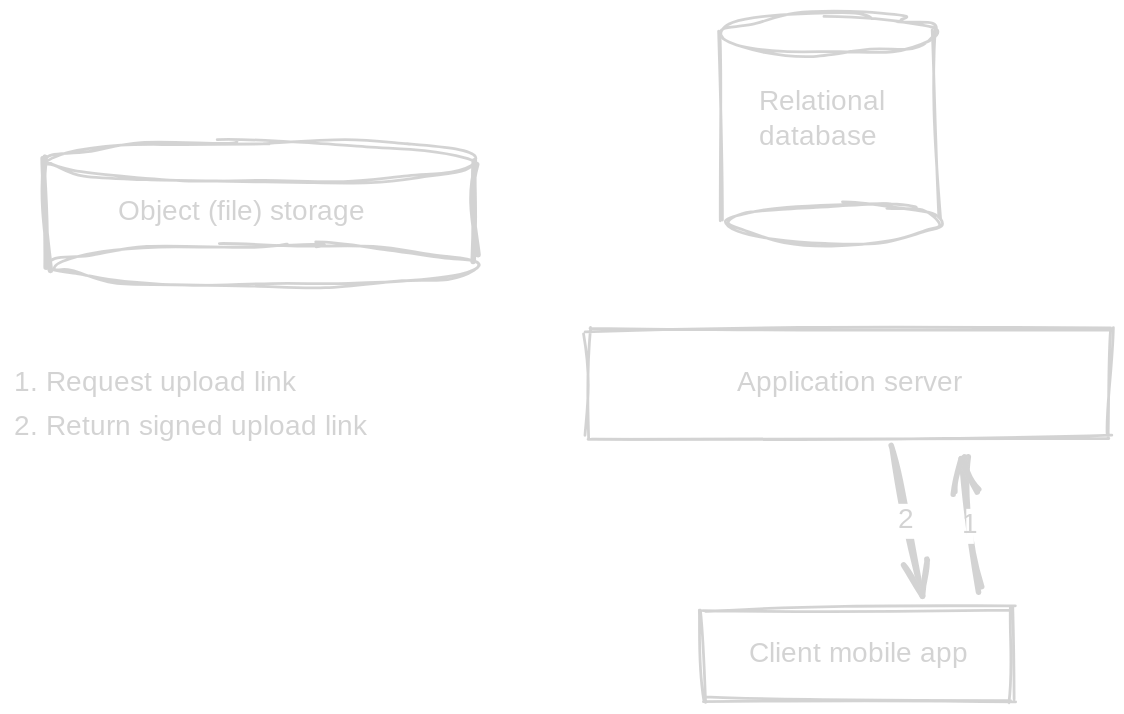
The Excalidraw diagram images/gym-app-upload-2-revised.svg in filipegeric/scaling-the-client, before a commit. Source tidied: one line per element, renumbered; positions are measured from the earlier drawing's top-left corner, leaving out a move shared by most shapes.
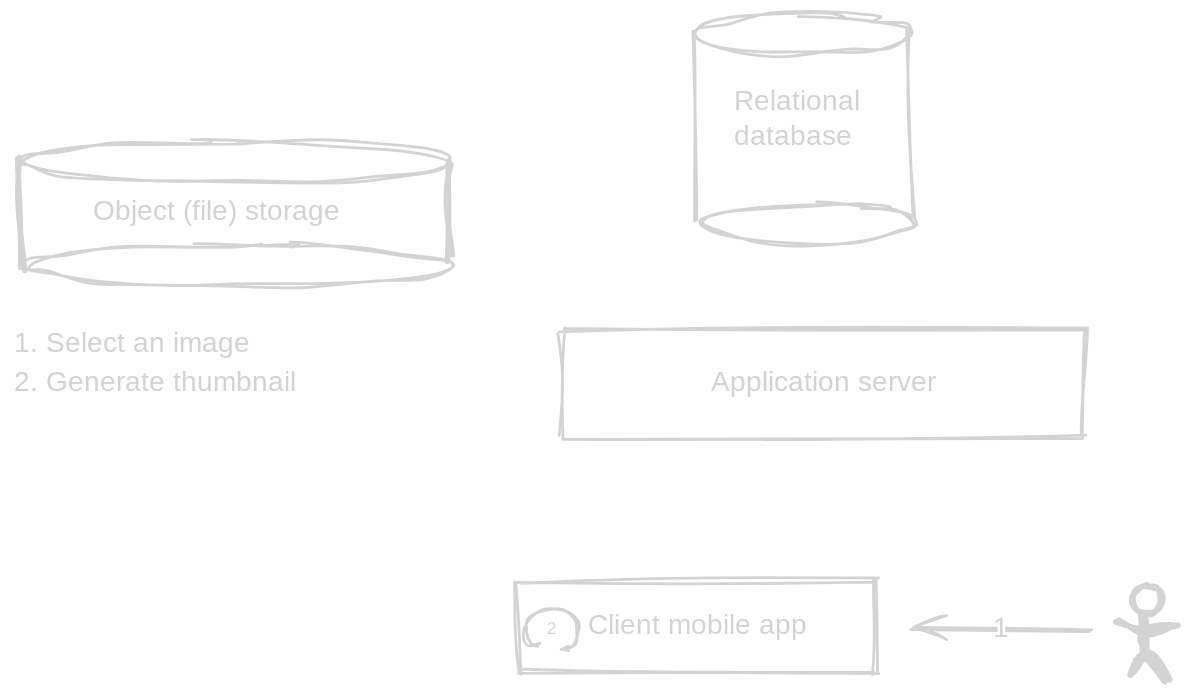
Later version of the same file.

Change to the diagram source:
```diff
@@ -1,5 +1,5 @@
-{"id": 0, "type": "rectangle", "strokeColor": "#1e1e1e", "strokeWidth": 2, "roughness": 2, "x": 492, "y": 425, "width": 222, "height": 65}
+{"id": 0, "type": "rectangle", "strokeColor": "#1e1e1e", "strokeWidth": 2, "roughness": 2, "x": 378, "y": 405, "width": 256, "height": 65}
-{"id": 1, "type": "text", "text": "Client mobile app", "strokeColor": "#1e1e1e", "backgroundColor": "#ffffff", "fillStyle": "solid", "strokeWidth": 2, "roughness": 2, "fontSize": 20, "fontFamily": 1, "textAlign": "center", "verticalAlign": "middle", "inside": 0, "x": 522, "y": 445, "width": 162, "height": 25}
+{"id": 1, "type": "text", "text": "Client mobile app", "strokeColor": "#1e1e1e", "backgroundColor": "#ffffff", "fillStyle": "solid", "strokeWidth": 2, "roughness": 2, "fontSize": 20, "fontFamily": 1, "textAlign": "center", "verticalAlign": "middle", "inside": 0, "x": 426, "y": 425, "width": 162, "height": 25}
 {"id": 2, "type": "rectangle", "strokeColor": "#1e1e1e", "strokeWidth": 2, "roughness": 2, "x": 410, "y": 225, "width": 372, "height": 78}
 {"id": 3, "type": "text", "text": "Application server", "strokeColor": "#1e1e1e", "backgroundColor": "#ffffff", "fillStyle": "solid", "strokeWidth": 2, "roughness": 2, "fontSize": 20, "fontFamily": 1, "textAlign": "center", "verticalAlign": "middle", "inside": 2, "x": 510, "y": 251, "width": 172, "height": 25}
 {"id": 4, "type": "ellipse", "strokeColor": "#1e1e1e", "strokeWidth": 2, "roughness": 2, "x": 509, "y": 135, "width": 153, "height": 28}
@@ -12,9 +12,29 @@
 {"id": 11, "type": "text", "text": "Object (file) storage", "strokeColor": "#1e1e1e", "strokeWidth": 4, "roughness": 2, "fontSize": 20, "fontFamily": 1, "x": 75, "y": 129, "width": 205, "height": 25}
 {"id": 12, "type": "line", "strokeColor": "#1e1e1e", "strokeWidth": 4, "roughness": 2, "x": 22, "y": 103, "width": 2, "height": 77, "points": [[0, 0], [2, 77]]}
 {"id": 13, "type": "line", "strokeColor": "#1e1e1e", "strokeWidth": 4, "roughness": 2, "x": 327, "y": 105, "width": 3, "height": 69, "points": [[0, 0], [3, 69]]}
-{"id": 14, "type": "arrow", "strokeColor": "#1e1e1e", "strokeWidth": 4, "roughness": 2, "endArrowhead": "arrow", "from": 0, "to": 2, "x": 688, "y": 412, "width": 10, "height": 92, "points": [[0, 0], [-10, -92]]}
+{"id": 20, "type": "ellipse", "strokeColor": "#1e1e1e", "strokeWidth": 4, "roughness": 2, "round": true, "x": 818, "y": 408, "width": 20, "height": 20}
+{"id": 21, "type": "line", "strokeColor": "#1e1e1e", "strokeWidth": 4, "roughness": 2, "round": true, "x": 827, "y": 428, "width": 46, "height": 47, "points": [[0, 0], [1, 29], [-13, 45], [1, 30], [17, 47], [-1, 28], [-1, 12], [23, 7], [-1, 12], [-22, 6]]}
+{"id": 22, "type": "arrow", "strokeColor": "#1e1e1e", "strokeWidth": 2, "roughness": 1, "endArrowhead": "arrow", "round": true, "x": 787, "y": 441, "width": 127, "height": 2, "points": [[0, 0], [-127, -2]]}
-{"id": 15, "type": "text", "text": "1", "strokeColor": "#1e1e1e", "strokeWidth": 4, "roughness": 2, "fontSize": 20, "fontFamily": 1, "textAlign": "center", "verticalAlign": "middle", "inside": 14, "x": 680, "y": 353, "width": 5, "height": 25}
+{"id": 15, "type": "text", "text": "1", "strokeColor": "#1e1e1e", "strokeWidth": 2, "roughness": 1, "fontSize": 20, "fontFamily": 1, "textAlign": "center", "verticalAlign": "middle", "inside": 22, "x": 721, "y": 428, "width": 5, "height": 25}
-{"id": 16, "type": "text", "text": "1. Request upload link", "strokeColor": "#1e1e1e", "strokeWidth": 4, "roughness": 2, "fontSize": 20, "fontFamily": 1, "x": 0, "y": 251, "width": 212, "height": 25}
-{"id": 17, "type": "arrow", "strokeColor": "#1e1e1e", "strokeWidth": 4, "roughness": 2, "endArrowhead": "arrow", "from": 2, "to": 0, "x": 626, "y": 310, "width": 23, "height": 104, "points": [[0, 0], [23, 104]]}
+{"id": 23, "type": "arrow", "strokeColor": "#1e1e1e", "strokeWidth": 2, "roughness": 1, "endArrowhead": "arrow", "round": true, "x": 394, "y": 451, "width": 39, "height": 28, "points": [[0, 0], [-8, -1], [-11, -8], [-8, -18], [3, -26], [17, -25], [27, -17], [28, -8], [24, 0], [15, 2]]}
-{"id": 18, "type": "text", "text": "2", "strokeColor": "#1e1e1e", "strokeWidth": 4, "roughness": 2, "fontSize": 20, "fontFamily": 1, "textAlign": "center", "verticalAlign": "middle", "inside": 17, "x": 630, "y": 350, "width": 14, "height": 25}
+{"id": 18, "type": "text", "text": "2", "strokeColor": "#1e1e1e", "strokeWidth": 2, "roughness": 1, "fontSize": 12.3, "fontFamily": 1, "x": 399, "y": 432, "width": 9, "height": 15}
-{"id": 19, "type": "text", "text": "2. Return signed upload link", "strokeColor": "#1e1e1e", "strokeWidth": 4, "roughness": 2, "fontSize": 20, "fontFamily": 1, "x": 0, "y": 283, "width": 273, "height": 25}
+{"id": 24, "type": "text", "text": "1. Select an image", "strokeColor": "#1e1e1e", "strokeWidth": 2, "roughness": 1, "fontSize": 20, "fontFamily": 1, "x": 18, "y": 224, "width": 176, "height": 25}
+{"id": 25, "type": "text", "text": "2. Generate thumbnail", "strokeColor": "#1e1e1e", "strokeWidth": 2, "roughness": 1, "fontSize": 20, "fontFamily": 1, "x": 18, "y": 251, "width": 219, "height": 25}
+{"id": 26, "type": "arrow", "strokeColor": "#1e1e1e", "strokeWidth": 2, "roughness": 1, "opacity": 0, "endArrowhead": "arrow", "round": true, "from": 0, "to": 2, "x": 621, "y": 395, "width": 58, "height": 80, "points": [[0, 0], [58, -80]]}
+{"id": 27, "type": "text", "text": "3", "strokeColor": "#1e1e1e", "strokeWidth": 2, "roughness": 1, "opacity": 0, "fontSize": 20, "fontFamily": 1, "textAlign": "center", "verticalAlign": "middle", "inside": 26, "x": 643, "y": 342, "width": 14, "height": 25}
+{"id": 28, "type": "arrow", "strokeColor": "#1e1e1e", "strokeWidth": 2, "roughness": 1, "opacity": 0, "endArrowhead": "arrow", "round": true, "from": 2, "to": 0, "x": 640, "y": 315, "width": 68, "height": 78, "points": [[0, 0], [-68, 78]]}
+{"id": 29, "type": "text", "text": "4", "strokeColor": "#1e1e1e", "strokeWidth": 2, "roughness": 1, "opacity": 0, "fontSize": 20, "fontFamily": 1, "textAlign": "center", "verticalAlign": "middle", "inside": 28, "x": 599, "y": 341, "width": 13, "height": 25}
+{"id": 30, "type": "arrow", "strokeColor": "#1e1e1e", "strokeWidth": 2, "roughness": 1, "opacity": 0, "endArrowhead": "arrow", "round": true, "from": 0, "to": 9, "x": 405, "y": 394, "width": 127, "height": 193, "points": [[0, 0], [-127, -193]]}
+{"id": 31, "type": "text", "text": "5", "strokeColor": "#1e1e1e", "strokeWidth": 2, "roughness": 1, "opacity": 0, "fontSize": 20, "fontFamily": 1, "textAlign": "center", "verticalAlign": "middle", "inside": 30, "x": 335, "y": 285, "width": 12, "height": 25}
+{"id": 32, "type": "arrow", "strokeColor": "#1e1e1e", "strokeWidth": 2, "roughness": 1, "opacity": 0, "endArrowhead": "arrow", "round": true, "from": 0, "to": 2, "x": 532, "y": 392, "width": 21, "height": 76, "points": [[0, 0], [21, -76]]}
+{"id": 33, "type": "text", "text": "6", "strokeColor": "#1e1e1e", "strokeWidth": 2, "roughness": 1, "opacity": 0, "fontSize": 16, "fontFamily": 1, "textAlign": "center", "verticalAlign": "middle", "inside": 32, "x": 538, "y": 344, "width": 10, "height": 20}
+{"id": 34, "type": "arrow", "strokeColor": "#1e1e1e", "strokeWidth": 2, "roughness": 1, "opacity": 0, "endArrowhead": "arrow", "round": true, "from": 2, "to": 4, "x": 520, "y": 213, "width": 73, "height": 39, "points": [[0, 0], [73, -39]]}
+{"id": 35, "type": "text", "text": "7", "strokeColor": "#1e1e1e", "strokeWidth": 2, "roughness": 1, "opacity": 0, "fontSize": 16, "fontFamily": 1, "textAlign": "center", "verticalAlign": "middle", "inside": 34, "x": 553, "y": 183, "width": 9, "height": 20}
+{"id": 36, "type": "arrow", "strokeColor": "#1e1e1e", "strokeWidth": 2, "roughness": 1, "opacity": 0, "endArrowhead": "arrow", "round": true, "from": 2, "to": 0, "x": 494, "y": 314, "width": 4, "height": 77, "points": [[0, 0], [4, 77]]}
+{"id": 37, "type": "text", "text": "8", "strokeColor": "#1e1e1e", "strokeWidth": 2, "roughness": 1, "opacity": 0, "fontSize": 16, "fontFamily": 1, "textAlign": "center", "verticalAlign": "middle", "inside": 36, "x": 490, "y": 342, "width": 12, "height": 20}
+{"id": 38, "type": "text", "text": "3. Request upload links", "strokeColor": "#1e1e1e", "strokeWidth": 2, "roughness": 1, "opacity": 0, "fontSize": 20, "fontFamily": 1, "x": 18, "y": 279, "width": 231, "height": 25}
+{"id": 39, "type": "text", "text": "4. Return upload links", "strokeColor": "#1e1e1e", "strokeWidth": 2, "roughness": 1, "opacity": 0, "fontSize": 20, "fontFamily": 1, "x": 18, "y": 306, "width": 215, "height": 25}
+{"id": 40, "type": "text", "text": "5. Upload image and thumbnail", "strokeColor": "#1e1e1e", "strokeWidth": 2, "roughness": 1, "opacity": 0, "fontSize": 20, "fontFamily": 1, "x": 18, "y": 330, "width": 296, "height": 25}
+{"id": 41, "type": "text", "text": "6. Send metadata", "strokeColor": "#1e1e1e", "strokeWidth": 2, "roughness": 1, "opacity": 0, "fontSize": 20, "fontFamily": 1, "x": 18, "y": 360, "width": 180, "height": 25}
+{"id": 42, "type": "text", "text": "7. Store metadata", "strokeColor": "#1e1e1e", "strokeWidth": 2, "roughness": 1, "opacity": 0, "fontSize": 20, "fontFamily": 1, "x": 18, "y": 388, "width": 188, "height": 25}
+{"id": 43, "type": "text", "text": "8. Return success response", "strokeColor": "#1e1e1e", "strokeWidth": 2, "roughness": 1, "opacity": 0, "fontSize": 20, "fontFamily": 1, "x": 18, "y": 416, "width": 273, "height": 25}
```
